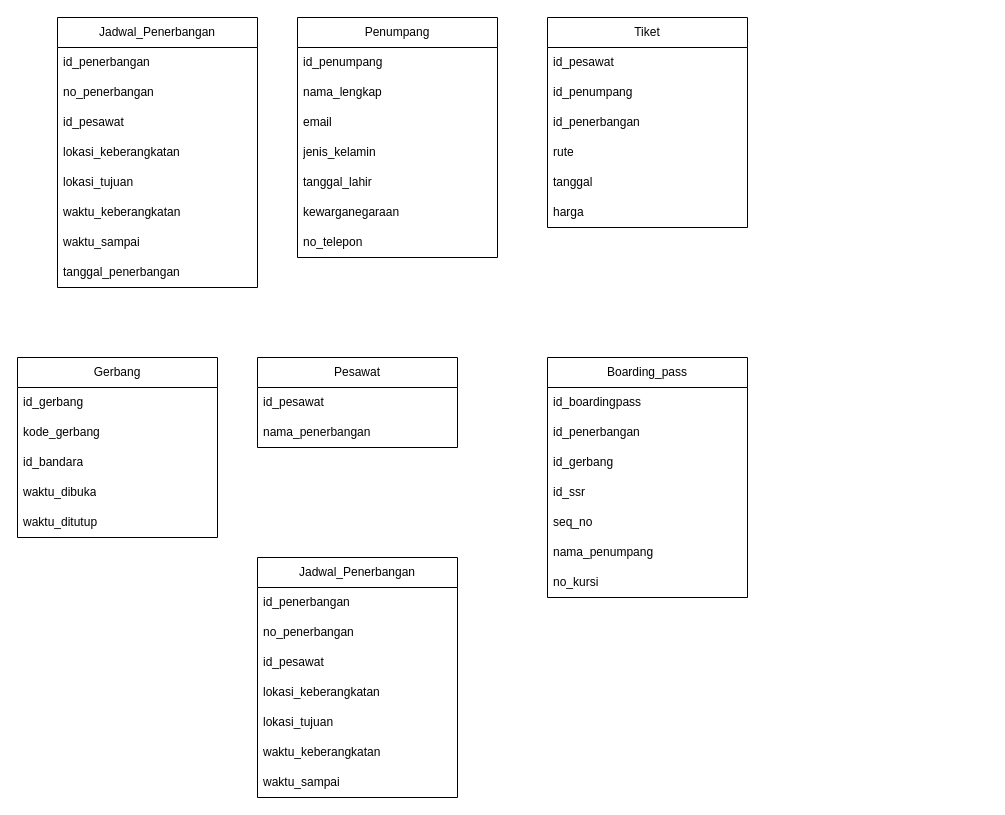
This is ER Diagram/ADD.drawio from Edwin-Jaya/Data-Design-Analytics-Project, a draw.io file, before an edit. Source tidied: cells renumbered, new cells numbered last; positions are measured from the earlier drawing's top-left corner, leaving out a move shared by most shapes. Both pictures are drawn from the tidied source at 100%, with x=0, y=0 at pixel (17, 17).
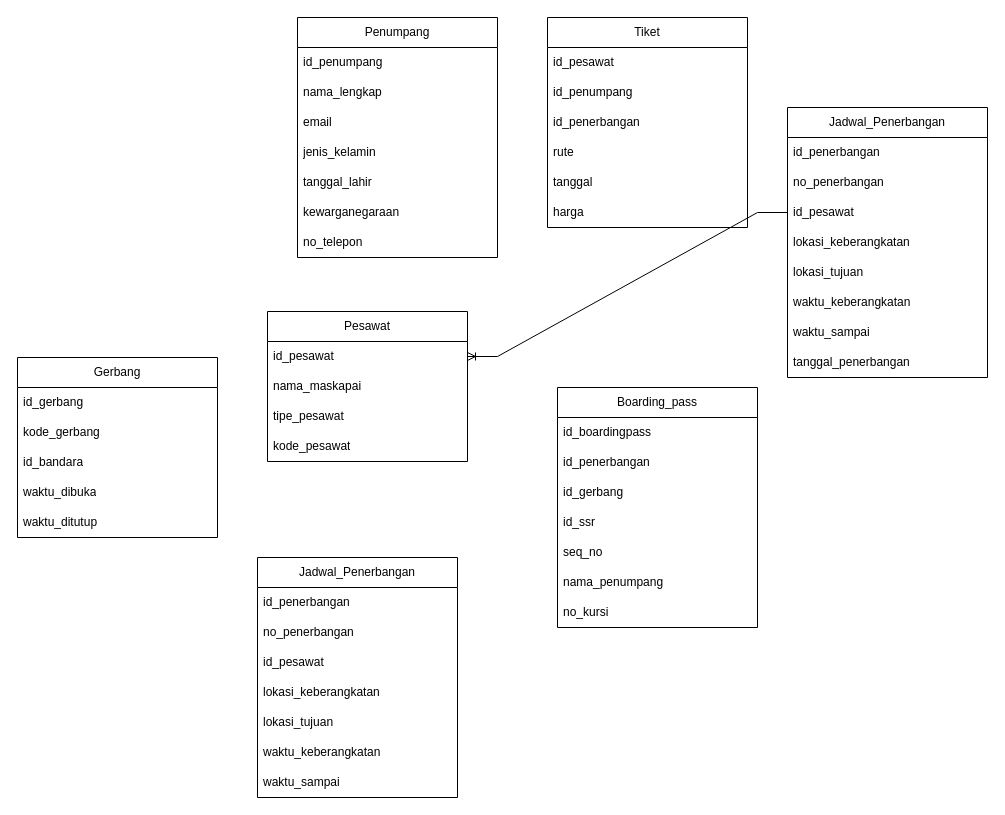
Above is the later version.

Unchanged cells that the change refers to:
```xml
<mxCell id="5" value="id_pesawat" style="text;strokeColor=none;fillColor=none;align=left;verticalAlign=middle;spacingLeft=4;spacingRight=4;overflow=hidden;points=[[0,0.5],[1,0.5]];portConstraint=eastwest;whiteSpace=wrap;html=1;" parent="2" vertex="1">
  <mxGeometry y="90" width="200" height="30" as="geometry" />
</mxCell>
<mxCell id="27" value="id_pesawat" style="text;strokeColor=none;fillColor=none;align=left;verticalAlign=middle;spacingLeft=4;spacingRight=4;overflow=hidden;points=[[0,0.5],[1,0.5]];portConstraint=eastwest;whiteSpace=wrap;html=1;" parent="26" vertex="1">
  <mxGeometry y="30" width="200" height="30" as="geometry" />
</mxCell>
```

Change to the diagram source:
```diff
@@
     <mxCell id="2" value="Jadwal_Penerbangan" style="swimlane;fontStyle=0;horizontal=1;startSize=30;whiteSpace=wrap;html=1;" parent="1" vertex="1">
-      <mxGeometry x="40" width="200" height="270" as="geometry" />
+      <mxGeometry x="770" y="90" width="200" height="270" as="geometry" />
     </mxCell>
@@
     <mxCell id="26" value="Pesawat" style="swimlane;fontStyle=0;horizontal=1;startSize=30;whiteSpace=wrap;html=1;" parent="1" vertex="1">
-      <mxGeometry x="240" y="340" width="200" height="90" as="geometry" />
+      <mxGeometry x="250" y="294" width="200" height="150" as="geometry" />
     </mxCell>
@@
-    <mxCell id="28" value="nama_penerbangan" style="text;strokeColor=none;fillColor=none;align=left;verticalAlign=middle;spacingLeft=4;spacingRight=4;overflow=hidden;whiteSpace=wrap;html=1;" parent="26" vertex="1">
-      <mxGeometry y="60" width="200" height="30" as="geometry" />
-    </mxCell>
+    <mxCell id="51" value="nama_maskapai" style="text;strokeColor=none;fillColor=none;align=left;verticalAlign=middle;spacingLeft=4;spacingRight=4;overflow=hidden;whiteSpace=wrap;html=1;" parent="26" vertex="1">
+      <mxGeometry y="60" width="200" height="30" as="geometry" />
+    </mxCell>
+    <mxCell id="52" value="tipe_pesawat" style="text;strokeColor=none;fillColor=none;align=left;verticalAlign=middle;spacingLeft=4;spacingRight=4;overflow=hidden;whiteSpace=wrap;html=1;" parent="26" vertex="1">
+      <mxGeometry y="90" width="200" height="30" as="geometry" />
+    </mxCell>
+    <mxCell id="53" value="kode_pesawat" style="text;strokeColor=none;fillColor=none;align=left;verticalAlign=middle;spacingLeft=4;spacingRight=4;overflow=hidden;whiteSpace=wrap;html=1;" parent="26" vertex="1">
+      <mxGeometry y="120" width="200" height="30" as="geometry" />
+    </mxCell>
     <mxCell id="29" value="Boarding_pass" style="swimlane;fontStyle=0;horizontal=1;startSize=30;whiteSpace=wrap;html=1;" parent="1" vertex="1">
-      <mxGeometry x="530" y="340" width="200" height="240" as="geometry" />
+      <mxGeometry x="540" y="370" width="200" height="240" as="geometry" />
     </mxCell>
@@
+    <mxCell id="54" style="edgeStyle=entityRelationEdgeStyle;fontSize=12;html=1;endArrow=ERoneToMany;rounded=0;entryX=1;entryY=0.5;entryDx=0;entryDy=0;" parent="1" edge="1" source="5" target="27">
+      <mxGeometry relative="1" as="geometry" />
+    </mxCell>
```
